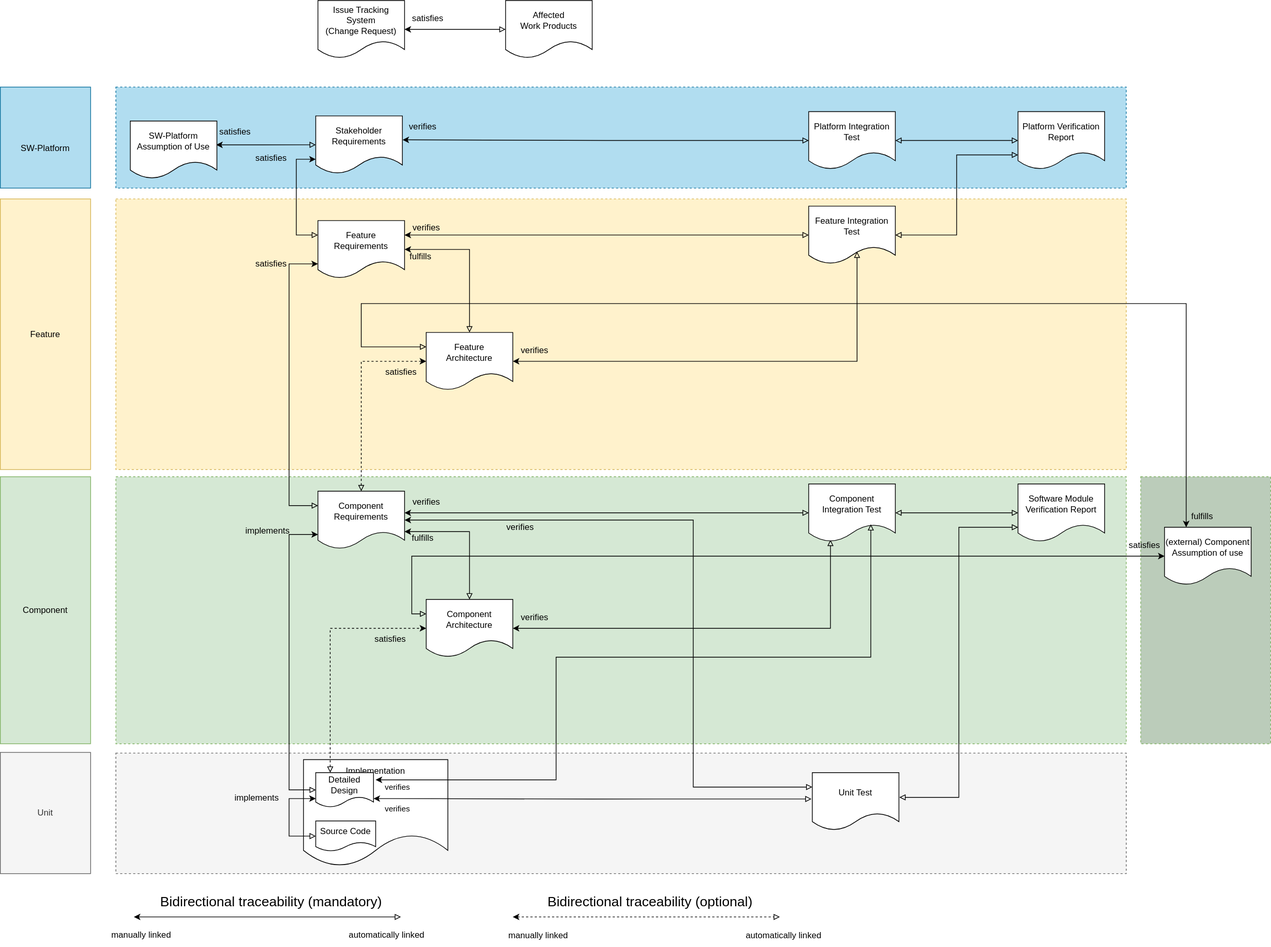
Before: main/_images/score_traceability_model_wp_overview.drawio.svg, a diagram exported from draw.io (eclipse-score/process_description). Source tidied: cells renumbered, new cells last; positions are measured from the earlier drawing's top-left corner, leaving out a move shared by most shapes.
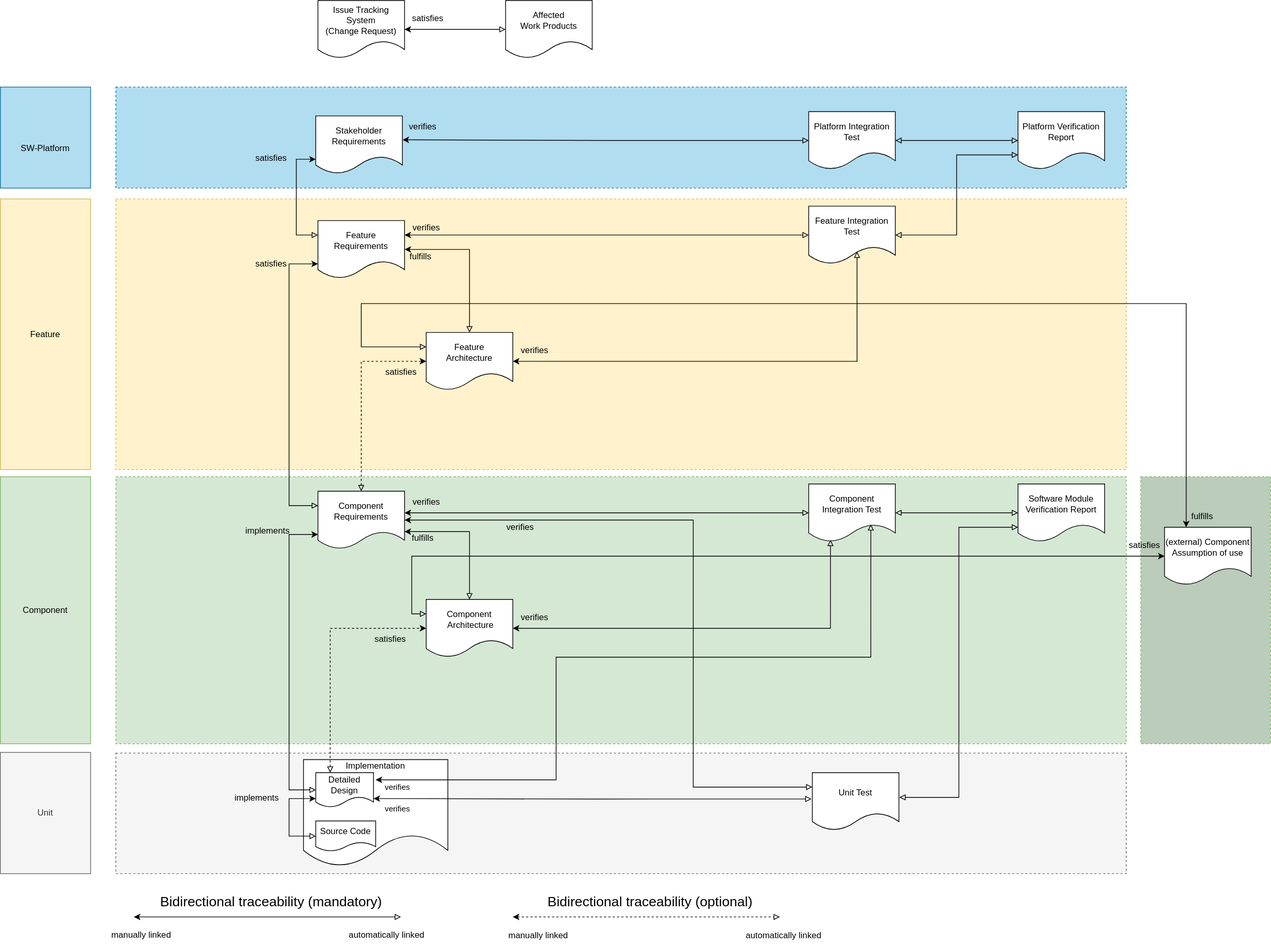
After the commit.

What changed in the source:
```diff
@@ -14,9 +14,6 @@
     <mxCell id="5" style="rounded=0;whiteSpace=wrap;html=1;dashed=1;fillColor=#d5e8d4;strokeColor=#82b366;" parent="1" vertex="1">
       <mxGeometry x="160" y="660" width="1400" height="370" as="geometry" />
     </mxCell>
-    <mxCell id="6" style="edgeStyle=orthogonalEdgeStyle;rounded=0;jettySize=auto;html=1;entryX=0.992;entryY=0.413;entryDx=0;entryDy=0;entryPerimeter=0;exitX=0;exitY=0.5;exitDx=0;exitDy=0;startArrow=block;startFill=0;" parent="1" edge="1" source="7" target="77">
-      <mxGeometry relative="1" as="geometry" />
-    </mxCell>
     <mxCell id="7" value="Stakeholder&lt;br&gt;Requirements" style="shape=document;whiteSpace=wrap;html=1;boundedLbl=1;" parent="1" vertex="1">
       <mxGeometry x="437" y="160" width="120" height="80" as="geometry" />
     </mxCell>
@@ -310,11 +307,5 @@
         </Array>
       </mxGeometry>
     </mxCell>
-    <mxCell id="77" value="SW-Platform&lt;br&gt;Assumption of Use" style="shape=document;whiteSpace=wrap;html=1;boundedLbl=1;" parent="1" vertex="1">
-      <mxGeometry x="180" y="167" width="120" height="80" as="geometry" />
-    </mxCell>
-    <mxCell id="78" value="satisfies" style="text;html=1;align=center;verticalAlign=middle;strokeColor=none;fillColor=none;" parent="1" vertex="1">
-      <mxGeometry x="290" y="167" width="70" height="30" as="geometry" />
-    </mxCell>
   </root>
 </mxGraphModel>
```
